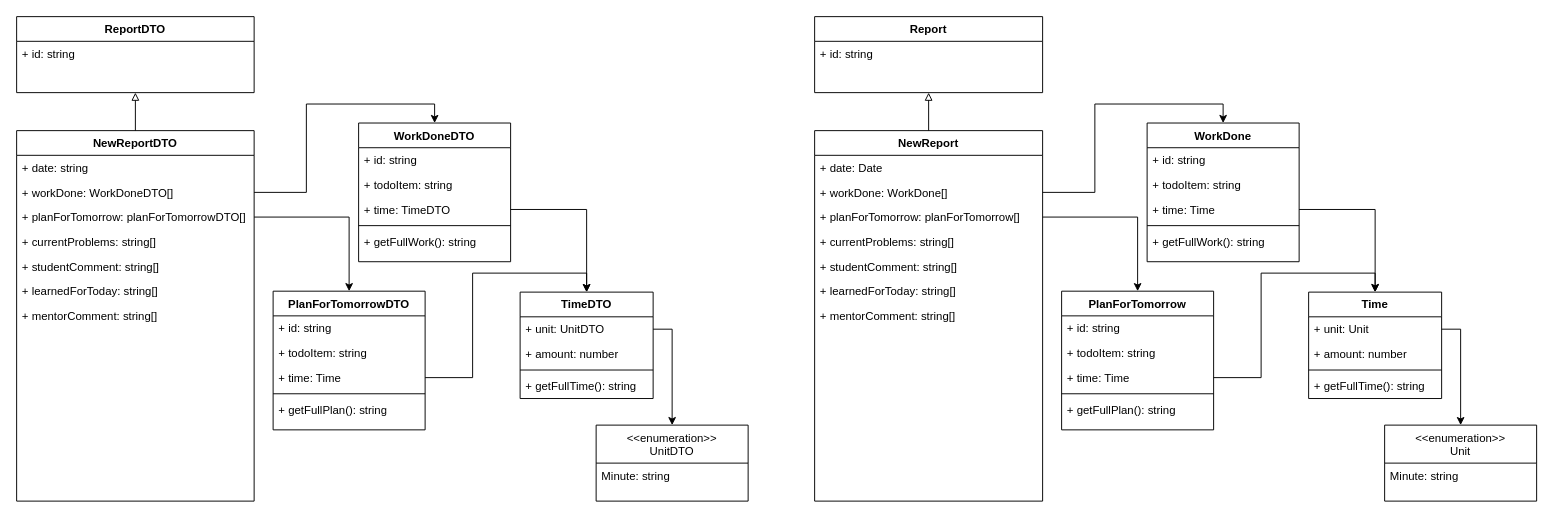
Earlier version of the draw.io diagram mw-webapp/docs/models.drawio (tritonJS826/masters-way). Source tidied: cells renumbered, new cells numbered last; positions are measured from the earlier drawing's top-left corner, leaving out a move shared by most shapes. Both pictures are drawn from the tidied source at 95%, with x=0, y=0 at pixel (16, 16).
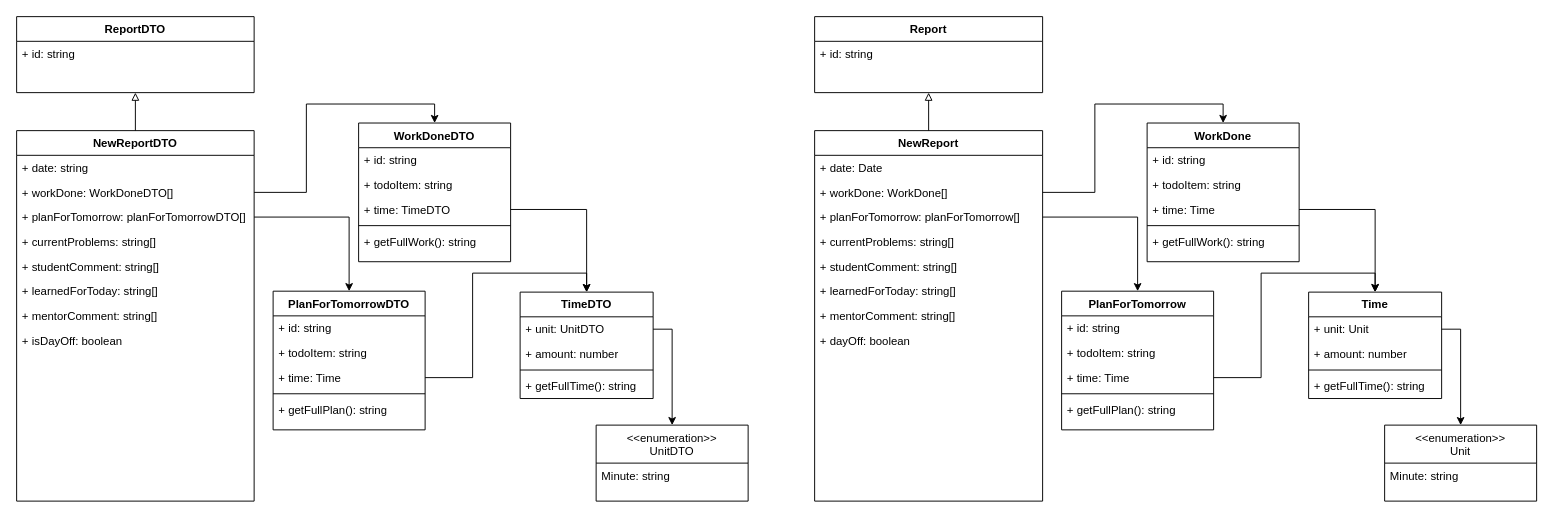
The same page after the edit.

Commit message (it also covers changes not shown here):
feat: add property isDayOff into draw.io, models and .json, create headless table component with data from .json

Unchanged cells that the change refers to:
```xml
<mxCell id="4" value="NewReport" style="swimlane;fontStyle=1;align=center;verticalAlign=top;horizontal=1;startSize=26;rounded=0;shadow=0;strokeWidth=1;fillColor=default;" parent="1" vertex="1">
  <mxGeometry x="840" y="120" width="240" height="390" as="geometry" />
</mxCell>
<mxCell id="39" value="NewReportDTO" style="swimlane;fontStyle=1;align=center;verticalAlign=top;horizontal=1;startSize=26;rounded=0;shadow=0;strokeWidth=1;fillColor=default;" parent="1" vertex="1">
  <mxGeometry y="120" width="250" height="390" as="geometry" />
</mxCell>
```

Diff of the diagram source:
```diff
@@
+    <mxCell id="72" value="+ dayOff: boolean" style="text;strokeColor=none;fillColor=none;align=left;verticalAlign=top;spacingLeft=4;spacingRight=4;overflow=hidden;whiteSpace=wrap;html=1;" parent="4" vertex="1">
+      <mxGeometry y="208" width="240" height="26" as="geometry" />
+    </mxCell>
@@
+    <mxCell id="73" value="+ isDayOff: boolean" style="text;strokeColor=none;fillColor=none;align=left;verticalAlign=top;spacingLeft=4;spacingRight=4;overflow=hidden;whiteSpace=wrap;html=1;" parent="39" vertex="1">
+      <mxGeometry y="208" width="250" height="26" as="geometry" />
+    </mxCell>
```
